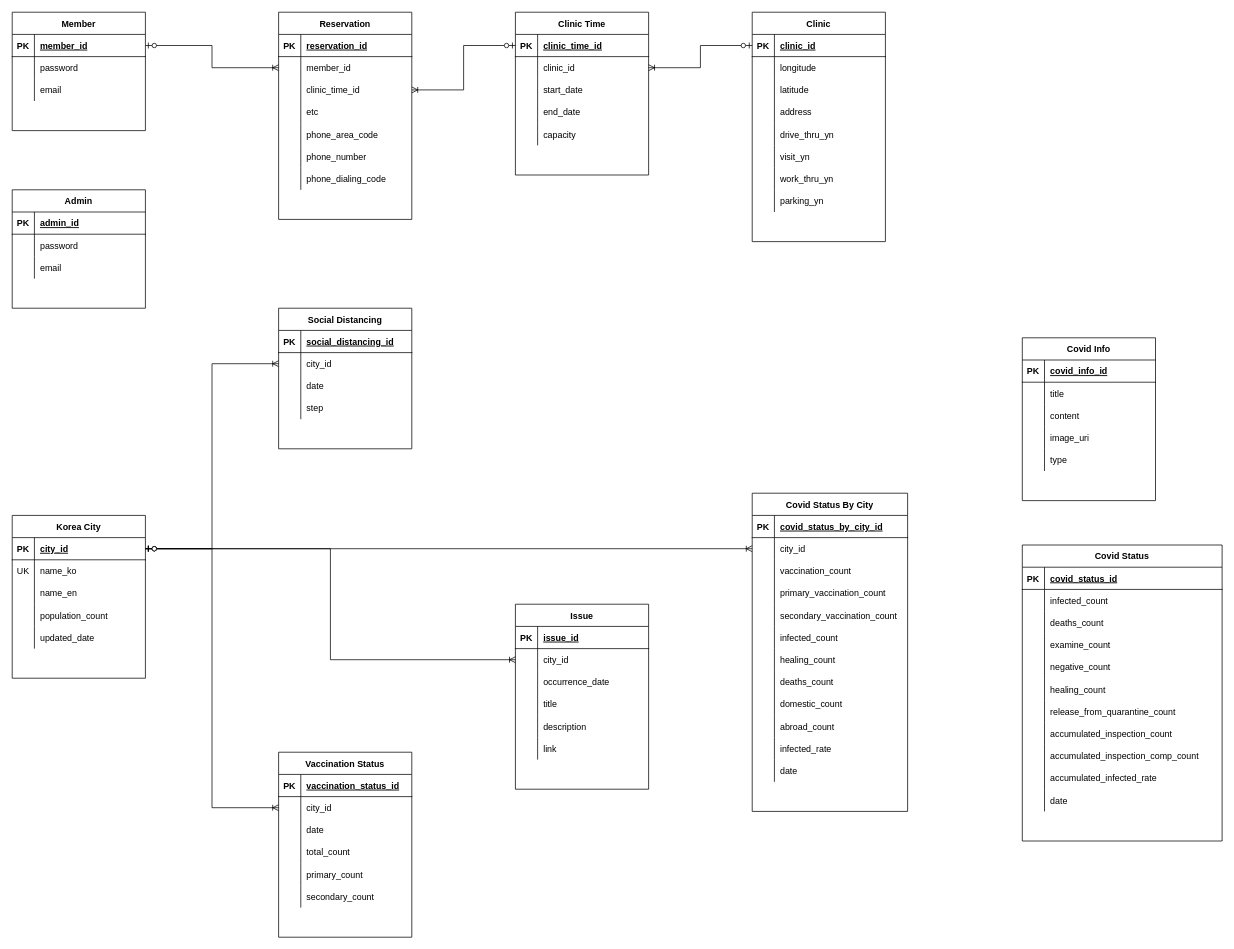
Earlier version of the draw.io diagram database.drawio (donghyeon0725/notepad). Source tidied: cells renumbered, new cells numbered last; positions are measured from the earlier drawing's top-left corner, leaving out a move shared by most shapes. Both pictures are drawn from the tidied source at 74%, with x=0, y=0 at pixel (12, 12).
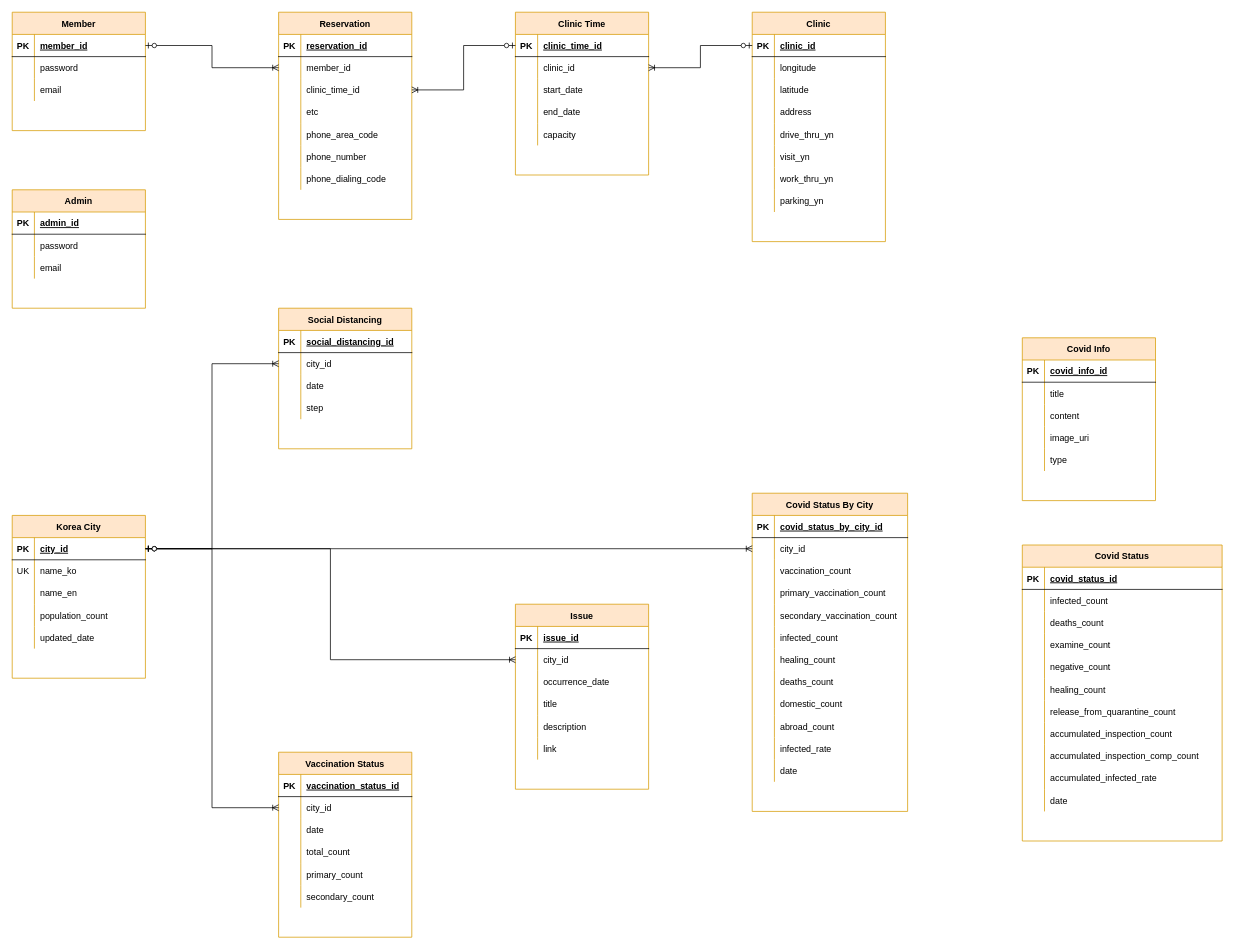
Above is the later version.

Change to the diagram source:
```diff
@@
-    <mxCell id="2" value="Admin" style="shape=table;startSize=30;childLayout=tableLayout;rowLines=0;fontStyle=1;align=center;" parent="1" vertex="1">
+    <mxCell id="2" value="Admin" style="shape=table;startSize=30;childLayout=tableLayout;rowLines=0;fontStyle=1;align=center;fillColor=#ffe6cc;strokeColor=#d79b00;" parent="1" vertex="1">
       <mxGeometry y="240" width="180" height="160" as="geometry" />
     </mxCell>
@@
-    <mxCell id="12" value="Clinic Time" style="shape=table;startSize=30;childLayout=tableLayout;rowLines=0;fontStyle=1;align=center;" parent="1" vertex="1">
+    <mxCell id="12" value="Clinic Time" style="shape=table;startSize=30;childLayout=tableLayout;rowLines=0;fontStyle=1;align=center;fillColor=#ffe6cc;strokeColor=#d79b00;" parent="1" vertex="1">
       <mxGeometry x="680" width="180" height="220" as="geometry" />
     </mxCell>
@@
-    <mxCell id="28" value="Clinic" style="shape=table;startSize=30;childLayout=tableLayout;rowLines=0;fontStyle=1;align=center;" parent="1" vertex="1">
+    <mxCell id="28" value="Clinic" style="shape=table;startSize=30;childLayout=tableLayout;rowLines=0;fontStyle=1;align=center;fillColor=#ffe6cc;strokeColor=#d79b00;" parent="1" vertex="1">
       <mxGeometry x="1000" width="180" height="310" as="geometry" />
     </mxCell>
@@
-    <mxCell id="53" value="Covid Info" style="shape=table;startSize=30;childLayout=tableLayout;rowLines=0;fontStyle=1;align=center;" parent="1" vertex="1">
+    <mxCell id="53" value="Covid Info" style="shape=table;startSize=30;childLayout=tableLayout;rowLines=0;fontStyle=1;align=center;fillColor=#ffe6cc;strokeColor=#d79b00;" parent="1" vertex="1">
       <mxGeometry x="1365" y="440" width="180" height="220" as="geometry" />
     </mxCell>
@@
-    <mxCell id="69" value="Covid Status By City" style="shape=table;startSize=30;childLayout=tableLayout;rowLines=0;fontStyle=1;align=center;" parent="1" vertex="1">
+    <mxCell id="69" value="Covid Status By City" style="shape=table;startSize=30;childLayout=tableLayout;rowLines=0;fontStyle=1;align=center;fillColor=#ffe6cc;strokeColor=#d79b00;" parent="1" vertex="1">
       <mxGeometry x="1000" y="650" width="210" height="430" as="geometry" />
     </mxCell>
@@
-    <mxCell id="106" value="Covid Status" style="shape=table;startSize=30;childLayout=tableLayout;rowLines=0;fontStyle=1;align=center;" parent="1" vertex="1">
+    <mxCell id="106" value="Covid Status" style="shape=table;startSize=30;childLayout=tableLayout;rowLines=0;fontStyle=1;align=center;fillColor=#ffe6cc;strokeColor=#d79b00;" parent="1" vertex="1">
       <mxGeometry x="1365" y="720" width="270" height="400" as="geometry" />
     </mxCell>
@@
-    <mxCell id="140" value="Issue" style="shape=table;startSize=30;childLayout=tableLayout;rowLines=0;fontStyle=1;align=center;" parent="1" vertex="1">
+    <mxCell id="140" value="Issue" style="shape=table;startSize=30;childLayout=tableLayout;rowLines=0;fontStyle=1;align=center;fillColor=#ffe6cc;strokeColor=#d79b00;" parent="1" vertex="1">
       <mxGeometry x="680" y="800" width="180" height="250" as="geometry" />
     </mxCell>
@@
-    <mxCell id="159" value="Korea City" style="shape=table;startSize=30;childLayout=tableLayout;rowLines=0;fontStyle=1;align=center;" parent="1" vertex="1">
+    <mxCell id="159" value="Korea City" style="shape=table;startSize=30;childLayout=tableLayout;rowLines=0;fontStyle=1;align=center;fillColor=#ffe6cc;strokeColor=#d79b00;" parent="1" vertex="1">
       <mxGeometry y="680" width="180" height="220" as="geometry" />
     </mxCell>
@@
-    <mxCell id="175" value="Member" style="shape=table;startSize=30;childLayout=tableLayout;rowLines=0;fontStyle=1;align=center;" parent="1" vertex="1">
+    <mxCell id="175" value="Member" style="shape=table;startSize=30;childLayout=tableLayout;rowLines=0;fontStyle=1;align=center;fillColor=#ffe6cc;strokeColor=#d79b00;" parent="1" vertex="1">
       <mxGeometry width="180" height="160" as="geometry" />
     </mxCell>
@@
-    <mxCell id="185" value="Reservation" style="shape=table;startSize=30;childLayout=tableLayout;rowLines=0;fontStyle=1;align=center;" parent="1" vertex="1">
+    <mxCell id="185" value="Reservation" style="shape=table;startSize=30;childLayout=tableLayout;rowLines=0;fontStyle=1;align=center;fillColor=#ffe6cc;strokeColor=#d79b00;" parent="1" vertex="1">
       <mxGeometry x="360" width="180" height="280" as="geometry" />
     </mxCell>
@@
-    <mxCell id="207" value="Social Distancing" style="shape=table;startSize=30;childLayout=tableLayout;rowLines=0;fontStyle=1;align=center;" parent="1" vertex="1">
+    <mxCell id="207" value="Social Distancing" style="shape=table;startSize=30;childLayout=tableLayout;rowLines=0;fontStyle=1;align=center;fillColor=#ffe6cc;strokeColor=#d79b00;" parent="1" vertex="1">
       <mxGeometry x="360" y="400" width="180" height="190" as="geometry" />
     </mxCell>
@@
-    <mxCell id="220" value="Vaccination Status" style="shape=table;startSize=30;childLayout=tableLayout;rowLines=0;fontStyle=1;align=center;" parent="1" vertex="1">
+    <mxCell id="220" value="Vaccination Status" style="shape=table;startSize=30;childLayout=tableLayout;rowLines=0;fontStyle=1;align=center;fillColor=#ffe6cc;strokeColor=#d79b00;" parent="1" vertex="1">
       <mxGeometry x="360" y="1000" width="180" height="250" as="geometry" />
     </mxCell>
```
